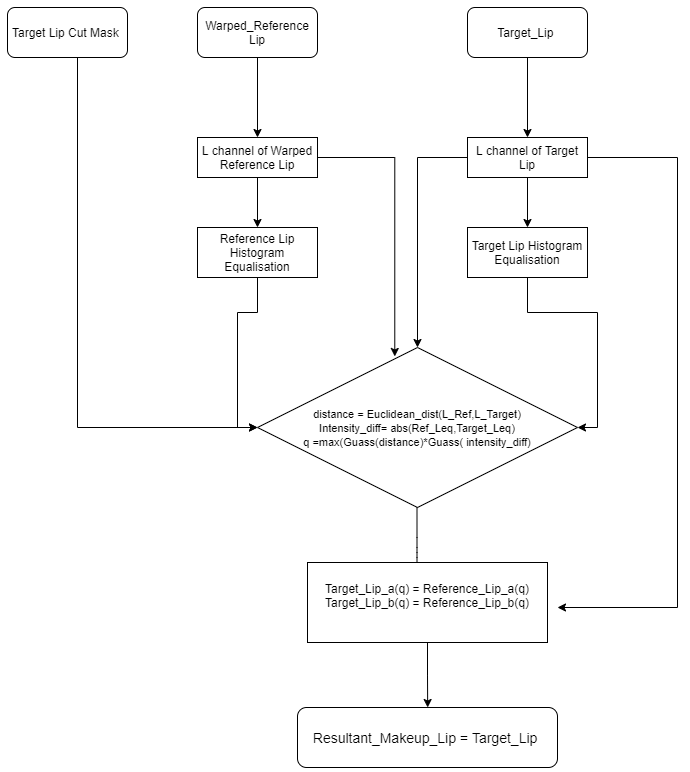
This is Flowchart/Lip_Makeup_flowchart.png from knight94/makeup_transfer, a draw.io export, as it was before one commit. Source tidied: cells renumbered, new cells last; positions are measured from the earlier drawing's top-left corner, leaving out a move shared by most shapes. The source it was exported from:
```xml
<mxGraphModel>
  <root>
    <mxCell id="0" />
    <mxCell id="1" parent="0" />
    <mxCell id="2" style="edgeStyle=orthogonalEdgeStyle;rounded=0;jettySize=auto;html=1;exitX=0.5;exitY=1;exitDx=0;exitDy=0;" parent="1" edge="1" source="3">
      <mxGeometry relative="1" as="geometry">
        <mxPoint x="520" y="130" as="targetPoint" />
      </mxGeometry>
    </mxCell>
    <mxCell id="3" value="Target_Lip&amp;nbsp;" style="rounded=1;whiteSpace=wrap;html=1;" parent="1" vertex="1">
      <mxGeometry x="460" width="120" height="50" as="geometry" />
    </mxCell>
    <mxCell id="4" style="edgeStyle=orthogonalEdgeStyle;rounded=0;jettySize=auto;html=1;" parent="1" edge="1" source="5" target="19">
      <mxGeometry relative="1" as="geometry">
        <Array as="points">
          <mxPoint x="70" y="420" />
        </Array>
      </mxGeometry>
    </mxCell>
    <mxCell id="5" value="Target Lip Cut Mask&amp;nbsp;" style="rounded=1;whiteSpace=wrap;html=1;" parent="1" vertex="1">
      <mxGeometry width="120" height="50" as="geometry" />
    </mxCell>
    <mxCell id="6" style="edgeStyle=orthogonalEdgeStyle;rounded=0;jettySize=auto;html=1;" parent="1" edge="1" source="7">
      <mxGeometry relative="1" as="geometry">
        <mxPoint x="250" y="130" as="targetPoint" />
      </mxGeometry>
    </mxCell>
    <mxCell id="7" value="Warped_Reference Lip" style="rounded=1;whiteSpace=wrap;html=1;" parent="1" vertex="1">
      <mxGeometry x="190" width="120" height="50" as="geometry" />
    </mxCell>
    <mxCell id="8" style="edgeStyle=orthogonalEdgeStyle;rounded=0;jettySize=auto;html=1;exitX=0.5;exitY=1;exitDx=0;exitDy=0;" parent="1" edge="1" source="10">
      <mxGeometry relative="1" as="geometry">
        <mxPoint x="250" y="220" as="targetPoint" />
      </mxGeometry>
    </mxCell>
    <mxCell id="9" style="edgeStyle=orthogonalEdgeStyle;rounded=0;jettySize=auto;html=1;exitX=1;exitY=0.5;exitDx=0;exitDy=0;entryX=0.429;entryY=0.056;entryDx=0;entryDy=0;entryPerimeter=0;" parent="1" edge="1" source="10" target="19">
      <mxGeometry relative="1" as="geometry" />
    </mxCell>
    <mxCell id="10" value="L channel of Warped Reference Lip" style="rounded=0;whiteSpace=wrap;html=1;" parent="1" vertex="1">
      <mxGeometry x="190" y="130" width="120" height="40" as="geometry" />
    </mxCell>
    <mxCell id="11" style="edgeStyle=orthogonalEdgeStyle;rounded=0;jettySize=auto;html=1;exitX=0.5;exitY=1;exitDx=0;exitDy=0;" parent="1" edge="1" source="14">
      <mxGeometry relative="1" as="geometry">
        <mxPoint x="520" y="220" as="targetPoint" />
      </mxGeometry>
    </mxCell>
    <mxCell id="12" style="edgeStyle=orthogonalEdgeStyle;rounded=0;jettySize=auto;html=1;" parent="1" edge="1" source="14">
      <mxGeometry relative="1" as="geometry">
        <mxPoint x="410" y="340" as="targetPoint" />
      </mxGeometry>
    </mxCell>
    <mxCell id="13" style="edgeStyle=orthogonalEdgeStyle;rounded=0;jettySize=auto;html=1;exitX=1;exitY=0.5;exitDx=0;exitDy=0;" parent="1" edge="1" source="14">
      <mxGeometry relative="1" as="geometry">
        <mxPoint x="550" y="600" as="targetPoint" />
        <Array as="points">
          <mxPoint x="670" y="150" />
          <mxPoint x="670" y="600" />
        </Array>
      </mxGeometry>
    </mxCell>
    <mxCell id="14" value="L channel of Target Lip" style="rounded=0;whiteSpace=wrap;html=1;" parent="1" vertex="1">
      <mxGeometry x="460" y="130" width="120" height="40" as="geometry" />
    </mxCell>
    <mxCell id="15" style="edgeStyle=orthogonalEdgeStyle;rounded=0;jettySize=auto;html=1;exitX=0.5;exitY=1;exitDx=0;exitDy=0;entryX=0;entryY=0.5;entryDx=0;entryDy=0;" parent="1" edge="1" source="16" target="19">
      <mxGeometry relative="1" as="geometry" />
    </mxCell>
    <mxCell id="16" value="Reference Lip Histogram Equalisation" style="rounded=0;whiteSpace=wrap;html=1;" parent="1" vertex="1">
      <mxGeometry x="190" y="220" width="120" height="50" as="geometry" />
    </mxCell>
    <mxCell id="17" style="edgeStyle=orthogonalEdgeStyle;rounded=0;jettySize=auto;html=1;exitX=0.5;exitY=1;exitDx=0;exitDy=0;entryX=1;entryY=0.5;entryDx=0;entryDy=0;" parent="1" edge="1" source="18" target="19">
      <mxGeometry relative="1" as="geometry" />
    </mxCell>
    <mxCell id="18" value="Target Lip Histogram Equalisation" style="rounded=0;whiteSpace=wrap;html=1;" parent="1" vertex="1">
      <mxGeometry x="460" y="220" width="120" height="50" as="geometry" />
    </mxCell>
    <mxCell id="19" value="&lt;span style=&quot;font-size: 11px&quot;&gt;distance = Euclidean_dist(L_Ref,L_Target)&lt;br&gt;Intensity_diff= abs(Ref_Leq,Target_Leq)&lt;br&gt;q =max(Guass(distance)*Guass( intensity_diff)&lt;br&gt;&lt;/span&gt;" style="rhombus;whiteSpace=wrap;html=1;" parent="1" vertex="1">
      <mxGeometry x="250" y="340" width="320" height="160" as="geometry" />
    </mxCell>
    <mxCell id="20" style="endArrow=classic;html=1;" parent="1" edge="1">
      <mxGeometry relative="1" as="geometry">
        <mxPoint x="409.5" y="500" as="sourcePoint" />
        <mxPoint x="409.5" y="580" as="targetPoint" />
        <Array as="points">
          <mxPoint x="409.5" y="540" />
          <mxPoint x="409.5" y="550" />
        </Array>
      </mxGeometry>
    </mxCell>
    <mxCell id="21" style="edgeStyle=orthogonalEdgeStyle;rounded=0;jettySize=auto;html=1;exitX=0.5;exitY=1;exitDx=0;exitDy=0;" parent="1" edge="1" source="22">
      <mxGeometry relative="1" as="geometry">
        <mxPoint x="420.2" y="700" as="targetPoint" />
      </mxGeometry>
    </mxCell>
    <mxCell id="22" value="Target_Lip_a(q) = Reference_Lip_a(q)&lt;br&gt;Target_Lip_b(q) = Reference_Lip_b(q)&lt;br&gt;&amp;nbsp;" style="rounded=0;whiteSpace=wrap;html=1;" parent="1" vertex="1">
      <mxGeometry x="300" y="555" width="240" height="80" as="geometry" />
    </mxCell>
    <mxCell id="23" style="edgeStyle=orthogonalEdgeStyle;rounded=0;orthogonalLoop=1;jettySize=auto;html=1;exitX=0.5;exitY=1;exitDx=0;exitDy=0;" parent="1" edge="1" source="22" target="22">
      <mxGeometry relative="1" as="geometry" />
    </mxCell>
    <mxCell id="24" value="&lt;font style=&quot;font-size: 14px&quot;&gt;Resultant_Makeup_Lip = Target_Lip&amp;nbsp;&lt;/font&gt;" style="rounded=1;whiteSpace=wrap;html=1;" parent="1" vertex="1">
      <mxGeometry x="290" y="700" width="260" height="60" as="geometry" />
    </mxCell>
  </root>
</mxGraphModel>
```
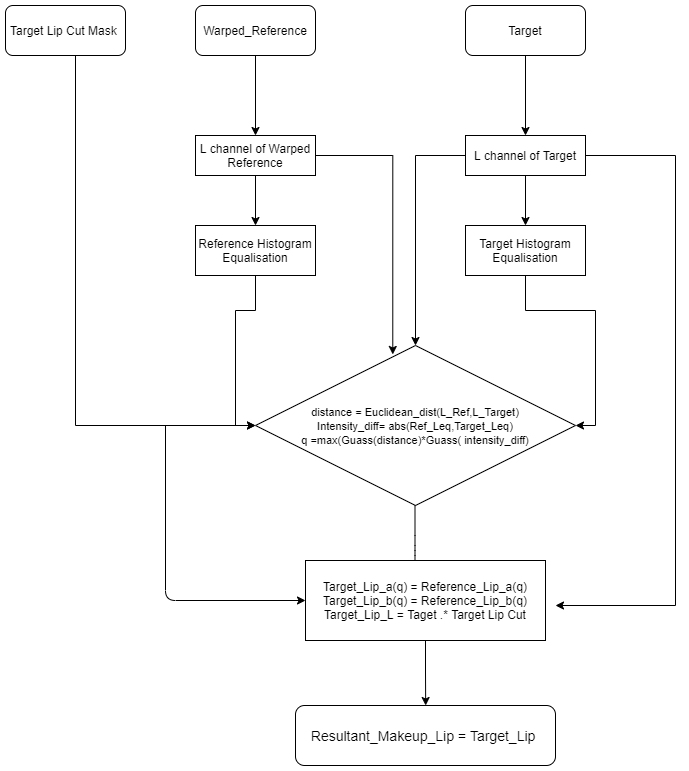
The same file after the commit.

Change to the diagram source:
```diff
@@ -7,7 +7,7 @@
         <mxPoint x="520" y="130" as="targetPoint" />
       </mxGeometry>
     </mxCell>
-    <mxCell id="3" value="Target_Lip&amp;nbsp;" style="rounded=1;whiteSpace=wrap;html=1;" parent="1" vertex="1">
+    <mxCell id="3" value="Target" style="rounded=1;whiteSpace=wrap;html=1;" parent="1" vertex="1">
       <mxGeometry x="460" width="120" height="50" as="geometry" />
     </mxCell>
     <mxCell id="4" style="edgeStyle=orthogonalEdgeStyle;rounded=0;jettySize=auto;html=1;" parent="1" edge="1" source="5" target="19">
@@ -25,7 +25,7 @@
         <mxPoint x="250" y="130" as="targetPoint" />
       </mxGeometry>
     </mxCell>
-    <mxCell id="7" value="Warped_Reference Lip" style="rounded=1;whiteSpace=wrap;html=1;" parent="1" vertex="1">
+    <mxCell id="7" value="Warped_Reference" style="rounded=1;whiteSpace=wrap;html=1;" parent="1" vertex="1">
       <mxGeometry x="190" width="120" height="50" as="geometry" />
     </mxCell>
     <mxCell id="8" style="edgeStyle=orthogonalEdgeStyle;rounded=0;jettySize=auto;html=1;exitX=0.5;exitY=1;exitDx=0;exitDy=0;" parent="1" edge="1" source="10">
@@ -36,7 +36,7 @@
     <mxCell id="9" style="edgeStyle=orthogonalEdgeStyle;rounded=0;jettySize=auto;html=1;exitX=1;exitY=0.5;exitDx=0;exitDy=0;entryX=0.429;entryY=0.056;entryDx=0;entryDy=0;entryPerimeter=0;" parent="1" edge="1" source="10" target="19">
       <mxGeometry relative="1" as="geometry" />
     </mxCell>
-    <mxCell id="10" value="L channel of Warped Reference Lip" style="rounded=0;whiteSpace=wrap;html=1;" parent="1" vertex="1">
+    <mxCell id="10" value="L channel of Warped Reference" style="rounded=0;whiteSpace=wrap;html=1;" parent="1" vertex="1">
       <mxGeometry x="190" y="130" width="120" height="40" as="geometry" />
     </mxCell>
     <mxCell id="11" style="edgeStyle=orthogonalEdgeStyle;rounded=0;jettySize=auto;html=1;exitX=0.5;exitY=1;exitDx=0;exitDy=0;" parent="1" edge="1" source="14">
@@ -55,22 +55,23 @@
         <Array as="points">
           <mxPoint x="670" y="150" />
           <mxPoint x="670" y="600" />
+          <mxPoint x="550" y="600" />
         </Array>
       </mxGeometry>
     </mxCell>
-    <mxCell id="14" value="L channel of Target Lip" style="rounded=0;whiteSpace=wrap;html=1;" parent="1" vertex="1">
+    <mxCell id="14" value="L channel of Target" style="rounded=0;whiteSpace=wrap;html=1;" parent="1" vertex="1">
       <mxGeometry x="460" y="130" width="120" height="40" as="geometry" />
     </mxCell>
     <mxCell id="15" style="edgeStyle=orthogonalEdgeStyle;rounded=0;jettySize=auto;html=1;exitX=0.5;exitY=1;exitDx=0;exitDy=0;entryX=0;entryY=0.5;entryDx=0;entryDy=0;" parent="1" edge="1" source="16" target="19">
       <mxGeometry relative="1" as="geometry" />
     </mxCell>
-    <mxCell id="16" value="Reference Lip Histogram Equalisation" style="rounded=0;whiteSpace=wrap;html=1;" parent="1" vertex="1">
+    <mxCell id="16" value="Reference Histogram Equalisation" style="rounded=0;whiteSpace=wrap;html=1;" parent="1" vertex="1">
       <mxGeometry x="190" y="220" width="120" height="50" as="geometry" />
     </mxCell>
     <mxCell id="17" style="edgeStyle=orthogonalEdgeStyle;rounded=0;jettySize=auto;html=1;exitX=0.5;exitY=1;exitDx=0;exitDy=0;entryX=1;entryY=0.5;entryDx=0;entryDy=0;" parent="1" edge="1" source="18" target="19">
       <mxGeometry relative="1" as="geometry" />
     </mxCell>
-    <mxCell id="18" value="Target Lip Histogram Equalisation" style="rounded=0;whiteSpace=wrap;html=1;" parent="1" vertex="1">
+    <mxCell id="18" value="Target Histogram Equalisation" style="rounded=0;whiteSpace=wrap;html=1;" parent="1" vertex="1">
       <mxGeometry x="460" y="220" width="120" height="50" as="geometry" />
     </mxCell>
     <mxCell id="19" value="&lt;span style=&quot;font-size: 11px&quot;&gt;distance = Euclidean_dist(L_Ref,L_Target)&lt;br&gt;Intensity_diff= abs(Ref_Leq,Target_Leq)&lt;br&gt;q =max(Guass(distance)*Guass( intensity_diff)&lt;br&gt;&lt;/span&gt;" style="rhombus;whiteSpace=wrap;html=1;" parent="1" vertex="1">
@@ -91,7 +92,7 @@
         <mxPoint x="420.2" y="700" as="targetPoint" />
       </mxGeometry>
     </mxCell>
-    <mxCell id="22" value="Target_Lip_a(q) = Reference_Lip_a(q)&lt;br&gt;Target_Lip_b(q) = Reference_Lip_b(q)&lt;br&gt;&amp;nbsp;" style="rounded=0;whiteSpace=wrap;html=1;" parent="1" vertex="1">
+    <mxCell id="22" value="Target_Lip_a(q) = Reference_Lip_a(q)&lt;br&gt;Target_Lip_b(q) = Reference_Lip_b(q)&lt;br&gt;Target_Lip_L = Taget .* Target Lip Cut" style="rounded=0;whiteSpace=wrap;html=1;" parent="1" vertex="1">
       <mxGeometry x="300" y="555" width="240" height="80" as="geometry" />
     </mxCell>
     <mxCell id="23" style="edgeStyle=orthogonalEdgeStyle;rounded=0;orthogonalLoop=1;jettySize=auto;html=1;exitX=0.5;exitY=1;exitDx=0;exitDy=0;" parent="1" edge="1" source="22" target="22">
@@ -100,5 +101,13 @@
     <mxCell id="24" value="&lt;font style=&quot;font-size: 14px&quot;&gt;Resultant_Makeup_Lip = Target_Lip&amp;nbsp;&lt;/font&gt;" style="rounded=1;whiteSpace=wrap;html=1;" parent="1" vertex="1">
       <mxGeometry x="290" y="700" width="260" height="60" as="geometry" />
     </mxCell>
+    <mxCell id="25" style="endArrow=classic;html=1;entryX=0;entryY=0.5;entryDx=0;entryDy=0;" parent="1" edge="1" target="22">
+      <mxGeometry relative="1" as="geometry">
+        <mxPoint x="160" y="420" as="sourcePoint" />
+        <Array as="points">
+          <mxPoint x="160" y="595" />
+        </Array>
+      </mxGeometry>
+    </mxCell>
   </root>
 </mxGraphModel>
```
